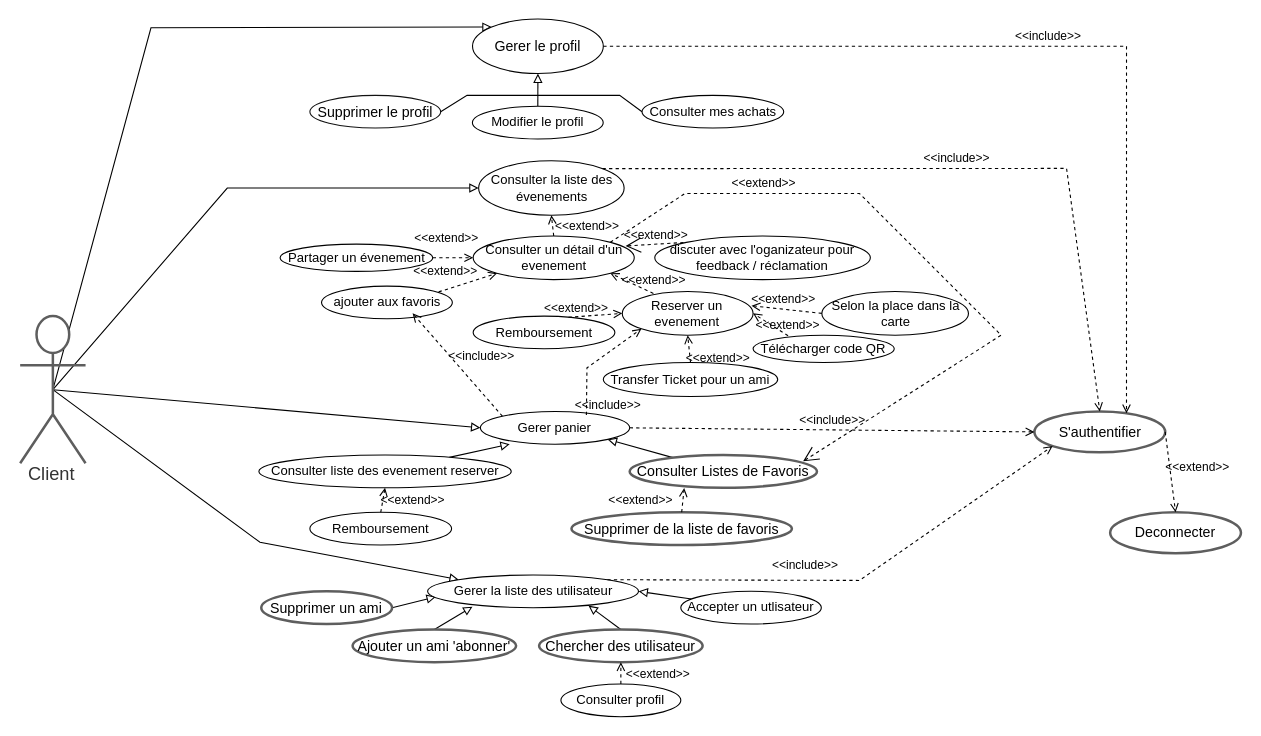
The draw.io diagram Diagram de cas utilisation/2-Client_VF.drawio in mohamedimem/event-, before the edit. Source tidied: cells renumbered, new cells numbered last; positions are measured from the earlier drawing's top-left corner, leaving out a move shared by most shapes. Both pictures are drawn from the tidied source at 109%, with x=0, y=0 at pixel (20, 19).
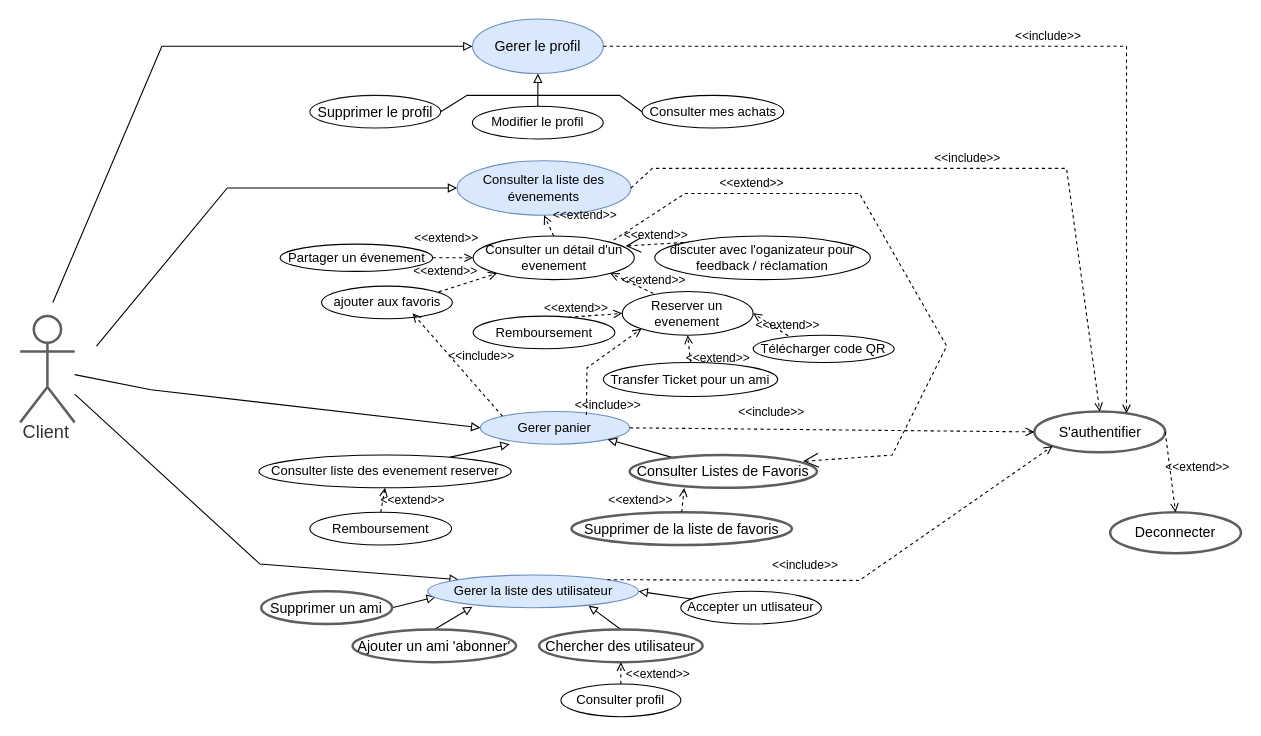
The same diagram, later.

Commit message:
Mettre à jour 2-Client_VF.drawio

Unchanged cells that the change refers to:
```xml
<mxCell id="16" value="Reserver un evenement" style="ellipse;whiteSpace=wrap;html=1;" parent="1" vertex="1">
  <mxGeometry x="552.4" y="250" width="120" height="40" as="geometry" />
</mxCell>
<mxCell id="20" value="S'authentifier" style="html=1;overflow=block;blockSpacing=1;whiteSpace=wrap;ellipse;fontSize=13;spacing=3.8;strokeColor=#5e5e5e;strokeOpacity=100;rounded=1;absoluteArcSize=1;arcSize=9;strokeWidth=2.3;lucidId=XvitAHHM73nt;" parent="1" vertex="1">
  <mxGeometry x="930.5" y="360" width="120" height="37.5" as="geometry" />
</mxCell>
<mxCell id="27" value="Consulter un détail d'un evenement" style="ellipse;whiteSpace=wrap;html=1;" parent="1" vertex="1">
  <mxGeometry x="415.6" y="199" width="147.8" height="40" as="geometry" />
</mxCell>
<mxCell id="35" value="Consulter Listes de Favoris " style="html=1;overflow=block;blockSpacing=1;whiteSpace=wrap;ellipse;fontSize=13;spacing=3.8;strokeColor=#5e5e5e;strokeOpacity=100;rounded=1;absoluteArcSize=1;arcSize=9;strokeWidth=2.3;lucidId=atit3Y5sFF7p;" parent="1" vertex="1">
  <mxGeometry x="559.2" y="400" width="171.8" height="30" as="geometry" />
</mxCell>
```

The edit, as a diff of the source:
```diff
@@
-    <mxCell id="2" style="edgeStyle=none;rounded=0;jettySize=auto;html=1;exitX=0.5;exitY=0.5;exitDx=0;exitDy=0;exitPerimeter=0;entryX=0;entryY=0;entryDx=0;entryDy=0;endArrow=block;endFill=0;" parent="1" edge="1" source="6" target="7">
+    <mxCell id="2" style="edgeStyle=none;rounded=0;jettySize=auto;html=1;endArrow=block;endFill=0;" parent="1" edge="1" target="7">
       <mxGeometry relative="1" as="geometry">
+        <mxPoint x="30" y="260" as="sourcePoint" />
         <Array as="points">
-          <mxPoint x="120" y="8" />
+          <mxPoint x="130" y="25" />
+          <mxPoint x="360" y="25" />
         </Array>
       </mxGeometry>
     </mxCell>
-    <mxCell id="3" style="edgeStyle=none;rounded=0;jettySize=auto;html=1;exitX=0.5;exitY=0.5;exitDx=0;exitDy=0;exitPerimeter=0;entryX=0;entryY=0.5;entryDx=0;entryDy=0;endArrow=block;endFill=0;" parent="1" edge="1" source="6" target="23">
+    <mxCell id="3" style="edgeStyle=none;rounded=0;jettySize=auto;html=1;entryX=0;entryY=0.5;entryDx=0;entryDy=0;endArrow=block;endFill=0;" parent="1" edge="1" target="23">
       <mxGeometry relative="1" as="geometry">
+        <mxPoint x="70" y="300" as="sourcePoint" />
         <Array as="points">
           <mxPoint x="190" y="155" />
         </Array>
       </mxGeometry>
     </mxCell>
-    <mxCell id="4" style="edgeStyle=none;rounded=0;jettySize=auto;html=1;exitX=0.5;exitY=0.5;exitDx=0;exitDy=0;exitPerimeter=0;entryX=0;entryY=0.5;entryDx=0;entryDy=0;endArrow=block;endFill=0;" parent="1" edge="1" source="6" target="33">
-      <mxGeometry relative="1" as="geometry" />
+    <mxCell id="4" style="edgeStyle=none;rounded=0;jettySize=auto;html=1;entryX=0;entryY=0.5;entryDx=0;entryDy=0;endArrow=block;endFill=0;" parent="1" edge="1" source="6" target="33">
+      <mxGeometry relative="1" as="geometry">
+        <Array as="points">
+          <mxPoint x="120" y="340" />
+        </Array>
+      </mxGeometry>
     </mxCell>
-    <mxCell id="5" style="edgeStyle=none;rounded=0;jettySize=auto;html=1;exitX=0.5;exitY=0.5;exitDx=0;exitDy=0;exitPerimeter=0;entryX=0;entryY=0;entryDx=0;entryDy=0;endArrow=block;endFill=0;" parent="1" edge="1" source="6" target="19">
+    <mxCell id="5" style="edgeStyle=none;rounded=0;jettySize=auto;html=1;entryX=0;entryY=0;entryDx=0;entryDy=0;endArrow=block;endFill=0;" parent="1" edge="1" source="6" target="19">
       <mxGeometry relative="1" as="geometry">
         <Array as="points">
-          <mxPoint x="220" y="480" />
+          <mxPoint x="220" y="500" />
         </Array>
       </mxGeometry>
     </mxCell>
     <mxCell id="6" value="Client" style="html=1;overflow=block;blockSpacing=1;shape=umlActor;labelPosition=center;verticalLabelPosition=bottom;verticalAlign=top;whiteSpace=nowrap;fontSize=16.7;fontColor=#333333;align=center;spacing=0;strokeColor=#5e5e5e;strokeOpacity=100;rounded=1;absoluteArcSize=1;arcSize=9;strokeWidth=2.3;lucidId=Zoit8c.qYpQ7;" parent="1" vertex="1">
-      <mxGeometry y="272.5" width="60" height="135" as="geometry" />
+      <mxGeometry y="272.5" width="50" height="97.5" as="geometry" />
     </mxCell>
-    <mxCell id="7" value="Gerer le profil" style="html=1;overflow=block;blockSpacing=1;whiteSpace=wrap;ellipse;fontSize=13;spacing=3.8;strokeColor=#030303;strokeOpacity=100;rounded=1;absoluteArcSize=1;arcSize=9;strokeWidth=1;lucidId=3sitsereLQRn;" parent="1" vertex="1">
+    <mxCell id="7" value="Gerer le profil" style="html=1;overflow=block;blockSpacing=1;whiteSpace=wrap;ellipse;fontSize=13;spacing=3.8;strokeColor=#6c8ebf;strokeOpacity=100;rounded=1;absoluteArcSize=1;arcSize=9;strokeWidth=1;lucidId=3sitsereLQRn;fillColor=#dae8fc;" parent="1" vertex="1">
       <mxGeometry x="415" width="120" height="50" as="geometry" />
     </mxCell>
@@
-    <mxCell id="19" value="Gerer la liste des utilisateur" style="ellipse;whiteSpace=wrap;html=1;" parent="1" vertex="1">
+    <mxCell id="19" value="Gerer la liste des utilisateur" style="ellipse;whiteSpace=wrap;html=1;fillColor=#dae8fc;strokeColor=#6c8ebf;" parent="1" vertex="1">
       <mxGeometry x="373.8" y="510" width="193.5" height="30" as="geometry" />
     </mxCell>
@@
-    <mxCell id="23" value="Consulter la liste des évenements" style="ellipse;whiteSpace=wrap;html=1;" parent="1" vertex="1">
-      <mxGeometry x="420.6" y="130" width="133.5" height="50" as="geometry" />
+    <mxCell id="23" value="Consulter la liste des évenements" style="ellipse;whiteSpace=wrap;html=1;fillColor=#dae8fc;strokeColor=#6c8ebf;" parent="1" vertex="1">
+      <mxGeometry x="400.9" y="130" width="159.4" height="50" as="geometry" />
     </mxCell>
@@
-    <mxCell id="33" value="Gerer panier" style="ellipse;whiteSpace=wrap;html=1;" parent="1" vertex="1">
+    <mxCell id="33" value="Gerer panier" style="ellipse;whiteSpace=wrap;html=1;fillColor=#dae8fc;strokeColor=#6c8ebf;" parent="1" vertex="1">
       <mxGeometry x="422.2" y="360" width="137" height="30" as="geometry" />
     </mxCell>
@@
     <mxCell id="49" value="&amp;lt;&amp;lt;extend&amp;gt;&amp;gt;" style="edgeStyle=none;html=1;startArrow=open;endArrow=none;startSize=12;verticalAlign=bottom;dashed=1;labelBackgroundColor=none;rounded=0;exitX=0.926;exitY=0.192;exitDx=0;exitDy=0;exitPerimeter=0;entryX=1;entryY=0;entryDx=0;entryDy=0;" parent="1" edge="1" source="35" target="27">
       <mxGeometry x="0.52" relative="1" as="geometry">
         <Array as="points">
-          <mxPoint x="900" y="290" />
+          <mxPoint x="800" y="400" />
+          <mxPoint x="850" y="300" />
           <mxPoint x="770" y="160" />
           <mxPoint x="610" y="160" />
         </Array>
       </mxGeometry>
     </mxCell>
@@
-    <mxCell id="57" value="&amp;lt;&amp;lt;include&amp;gt;&amp;gt;" style="html=1;verticalAlign=bottom;labelBackgroundColor=none;endArrow=open;endFill=0;dashed=1;rounded=0;exitX=1;exitY=0;exitDx=0;exitDy=0;entryX=0.5;entryY=0;entryDx=0;entryDy=0;" parent="1" edge="1" source="23" target="20">
+    <mxCell id="57" value="&amp;lt;&amp;lt;include&amp;gt;&amp;gt;" style="html=1;verticalAlign=bottom;labelBackgroundColor=none;endArrow=open;endFill=0;dashed=1;rounded=0;exitX=1;exitY=0.5;exitDx=0;exitDy=0;entryX=0.5;entryY=0;entryDx=0;entryDy=0;" parent="1" edge="1" source="23" target="20">
       <mxGeometry relative="1" as="geometry">
         <Array as="points">
+          <mxPoint x="580" y="137" />
           <mxPoint x="960" y="137" />
         </Array>
       </mxGeometry>
     </mxCell>
     <mxCell id="58" value="&amp;lt;&amp;lt;include&amp;gt;&amp;gt;" style="html=1;verticalAlign=bottom;labelBackgroundColor=none;endArrow=open;endFill=0;dashed=1;rounded=0;exitX=1;exitY=0.5;exitDx=0;exitDy=0;entryX=0;entryY=0.5;entryDx=0;entryDy=0;" parent="1" edge="1" source="33" target="20">
-      <mxGeometry relative="1" as="geometry" />
+      <mxGeometry x="-0.3" y="6" relative="1" as="geometry" />
     </mxCell>
@@
-    <mxCell id="60" value="Selon la place dans la carte" style="ellipse;whiteSpace=wrap;html=1;" parent="1" vertex="1">
-      <mxGeometry x="735.5" y="250" width="134.5" height="40" as="geometry" />
-    </mxCell>
-    <mxCell id="61" value="&amp;lt;&amp;lt;extend&amp;gt;&amp;gt;" style="html=1;verticalAlign=bottom;labelBackgroundColor=none;endArrow=open;endFill=0;dashed=1;rounded=0;entryX=0.988;entryY=0.325;entryDx=0;entryDy=0;exitX=0;exitY=0.5;exitDx=0;exitDy=0;entryPerimeter=0;" parent="1" edge="1" source="60" target="16">
-      <mxGeometry x="0.1" relative="1" as="geometry" />
-    </mxCell>
```
